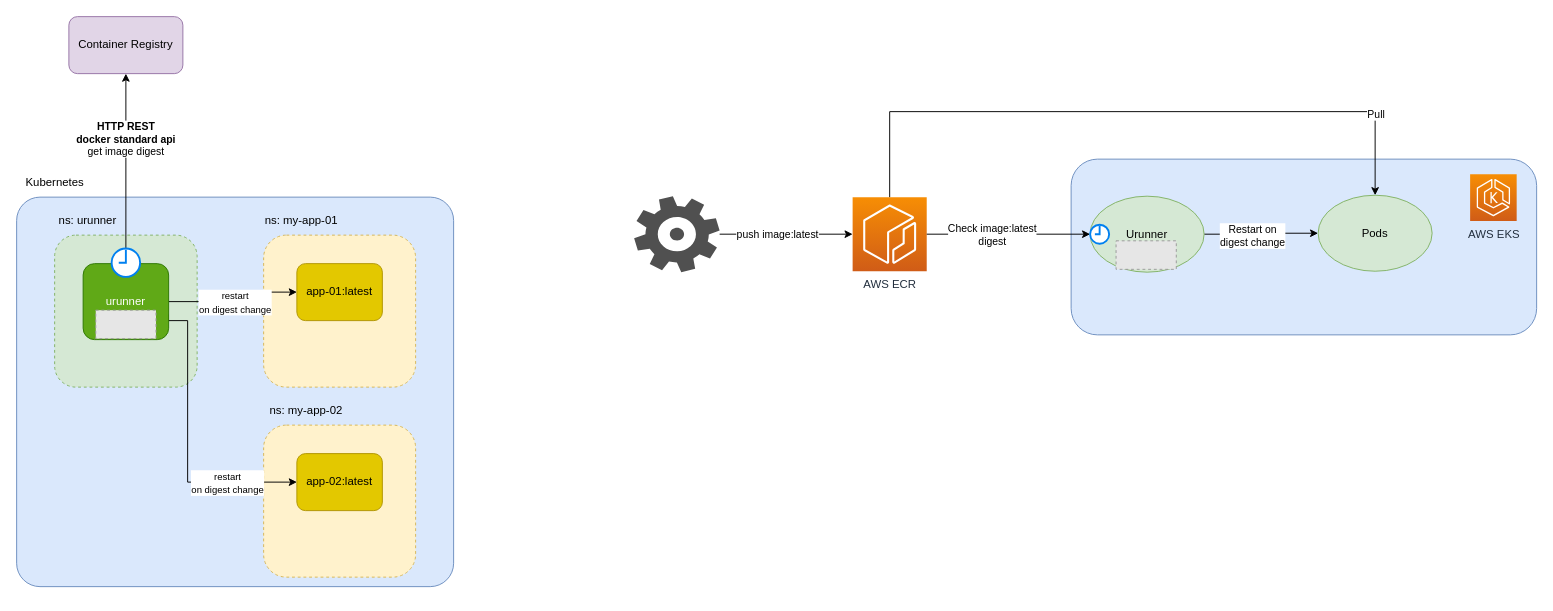
The draw.io diagram asset/urunner.drawio in texano00/urunner, before the edit. Source tidied: cells renumbered, new cells numbered last; positions are measured from the earlier drawing's top-left corner, leaving out a move shared by most shapes. Both pictures are drawn from the tidied source at 95%, with x=0, y=0 at pixel (16, 16). Pictures stored in the file or linked from it are replaced by grey dashed boxes.
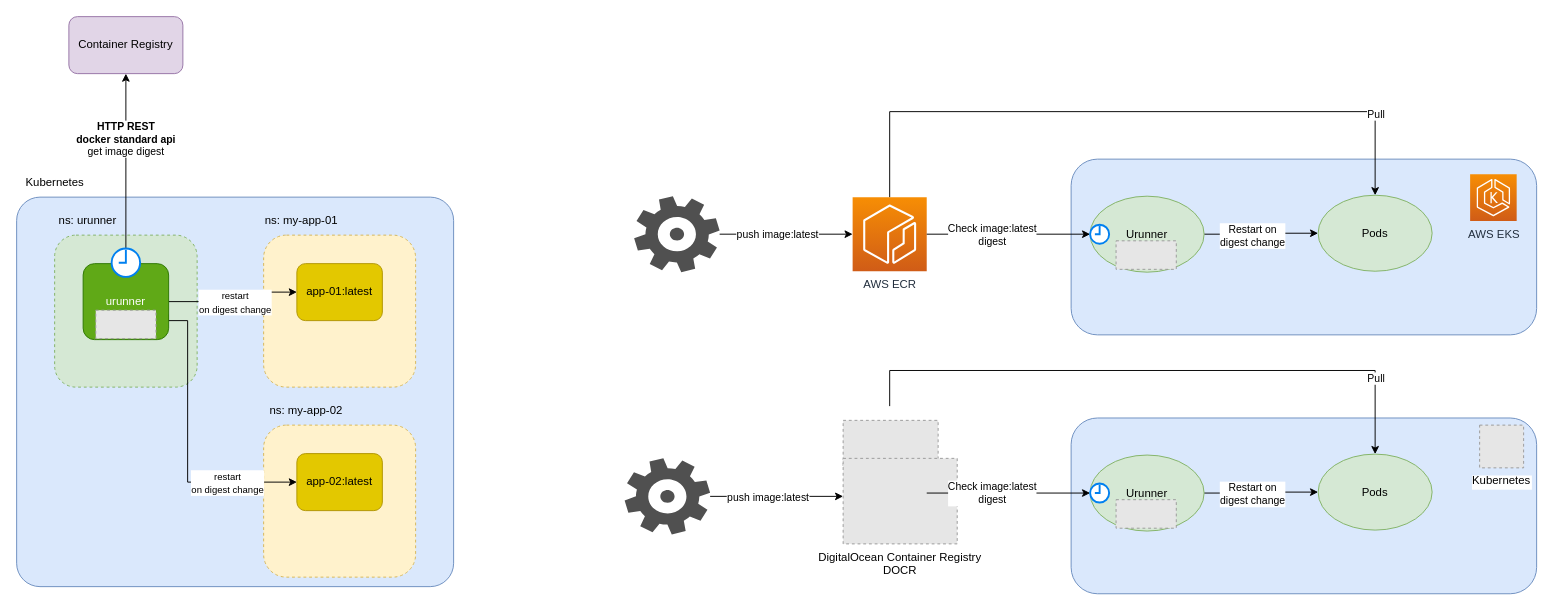
The same diagram, later.

Change to the diagram source:
```diff
@@
+    <mxCell id="38" style="fillColor=#E6E6E6;strokeColor=#999999;dashed=1;verticalLabelPosition=bottom;labelBackgroundColor=default;verticalAlign=top;" parent="1" vertex="1">
+      <mxGeometry x="870" y="425" width="100" height="50" as="geometry" />
+    </mxCell>
+    <mxCell id="39" value="DigitalOcean Container Registry&#10;DOCR" style="fillColor=#E6E6E6;strokeColor=#999999;dashed=1;verticalLabelPosition=bottom;labelBackgroundColor=default;verticalAlign=top;" parent="1" vertex="1">
+      <mxGeometry x="870" y="465" width="120.1" height="90" as="geometry" />
+    </mxCell>
+    <mxCell id="40" style="edgeStyle=orthogonalEdgeStyle;rounded=0;jettySize=auto;html=1;" parent="1" edge="1" source="42">
+      <mxGeometry relative="1" as="geometry">
+        <mxPoint x="870" y="505" as="targetPoint" />
+      </mxGeometry>
+    </mxCell>
+    <mxCell id="41" value="push image:latest" style="edgeLabel;html=1;align=center;verticalAlign=middle;" parent="40" vertex="1">
+      <mxGeometry x="-0.26" y="-2" relative="1" as="geometry">
+        <mxPoint x="8" y="-2" as="offset" />
+      </mxGeometry>
+    </mxCell>
+    <mxCell id="42" style="sketch=0;shadow=0;dashed=0;html=1;strokeColor=none;fillColor=#505050;labelPosition=center;verticalLabelPosition=bottom;verticalAlign=top;outlineConnect=0;align=center;shape=mxgraph.office.concepts.settings_office_365;" parent="1" vertex="1">
+      <mxGeometry x="640" y="465" width="90" height="80" as="geometry" />
+    </mxCell>
+    <mxCell id="43" style="rounded=1;whiteSpace=wrap;html=1;fillColor=#dae8fc;strokeColor=#6c8ebf;" parent="1" vertex="1">
+      <mxGeometry x="1110" y="422.5" width="490" height="185" as="geometry" />
+    </mxCell>
+    <mxCell id="44" style="edgeStyle=orthogonalEdgeStyle;rounded=0;jettySize=auto;html=1;entryX=1;entryY=0.5;entryDx=0;entryDy=0;entryPerimeter=0;startArrow=classic;startFill=1;endArrow=none;endFill=0;" parent="1" edge="1" source="48">
+      <mxGeometry relative="1" as="geometry">
+        <mxPoint x="958" y="501.5" as="targetPoint" />
+      </mxGeometry>
+    </mxCell>
+    <mxCell id="45" value="Check image:latest&lt;br&gt;digest" style="edgeLabel;html=1;align=center;verticalAlign=middle;" parent="44" vertex="1">
+      <mxGeometry x="0.21" y="-3" relative="1" as="geometry">
+        <mxPoint y="3" as="offset" />
+      </mxGeometry>
+    </mxCell>
+    <mxCell id="46" style="edgeStyle=orthogonalEdgeStyle;rounded=0;jettySize=auto;html=1;" parent="1" edge="1" source="48" target="52">
+      <mxGeometry relative="1" as="geometry" />
+    </mxCell>
+    <mxCell id="47" value="Restart on&lt;br&gt;digest change" style="edgeLabel;html=1;align=center;verticalAlign=middle;" parent="46" vertex="1">
+      <mxGeometry x="-0.3" relative="1" as="geometry">
+        <mxPoint x="8" y="1" as="offset" />
+      </mxGeometry>
+    </mxCell>
+    <mxCell id="48" value="Urunner" style="ellipse;whiteSpace=wrap;html=1;fillColor=#d5e8d4;strokeColor=#82b366;" parent="1" vertex="1">
+      <mxGeometry x="1130" y="461.5" width="120" height="80" as="geometry" />
+    </mxCell>
+    <mxCell id="49" style="html=1;verticalLabelPosition=bottom;align=center;labelBackgroundColor=#ffffff;verticalAlign=top;strokeWidth=2;strokeColor=#0080F0;shadow=0;dashed=0;shape=mxgraph.ios7.icons.clock;" parent="1" vertex="1">
+      <mxGeometry x="1130" y="491.5" width="20" height="20" as="geometry" />
+    </mxCell>
+    <mxCell id="50" style="edgeStyle=orthogonalEdgeStyle;rounded=0;jettySize=auto;html=1;endArrow=none;endFill=0;startArrow=classic;startFill=1;exitX=0.5;exitY=0;exitDx=0;exitDy=0;" parent="1" edge="1" source="52">
+      <mxGeometry relative="1" as="geometry">
+        <mxPoint x="919" y="410" as="targetPoint" />
+        <Array as="points">
+          <mxPoint x="1430" y="372.5" />
+          <mxPoint x="919" y="372.5" />
+        </Array>
+      </mxGeometry>
+    </mxCell>
+    <mxCell id="51" value="Pull" style="edgeLabel;html=1;align=center;verticalAlign=middle;" parent="50" vertex="1">
+      <mxGeometry x="-0.75" relative="1" as="geometry" />
+    </mxCell>
+    <mxCell id="52" value="Pods" style="ellipse;whiteSpace=wrap;html=1;fillColor=#d5e8d4;strokeColor=#82b366;" parent="1" vertex="1">
+      <mxGeometry x="1370" y="460.5" width="120" height="80" as="geometry" />
+    </mxCell>
+    <mxCell id="53" style="fillColor=#E6E6E6;strokeColor=#999999;dashed=1;verticalLabelPosition=bottom;labelBackgroundColor=default;verticalAlign=top;" parent="1" vertex="1">
+      <mxGeometry x="1157.3" y="508.5" width="63.4" height="30" as="geometry" />
+    </mxCell>
+    <mxCell id="54" value="Kubernetes" style="fillColor=#E6E6E6;strokeColor=#999999;dashed=1;verticalLabelPosition=bottom;labelBackgroundColor=default;verticalAlign=top;" parent="1" vertex="1">
+      <mxGeometry x="1540" y="430" width="46.3" height="45" as="geometry" />
+    </mxCell>
```
